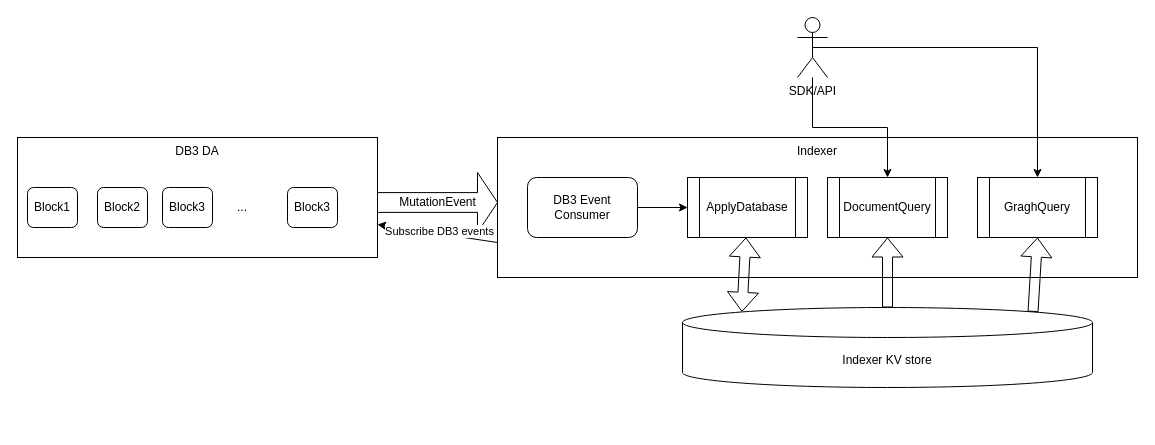
Earlier version of the draw.io diagram standalone-indexer-highlevel-design.drawio (dbpunk-labs/db3-design). Source tidied: cells renumbered, new cells numbered last; positions are measured from the earlier drawing's top-left corner, leaving out a move shared by most shapes. Both pictures are drawn from the tidied source at 100%, with x=0, y=0 at pixel (17, 17).
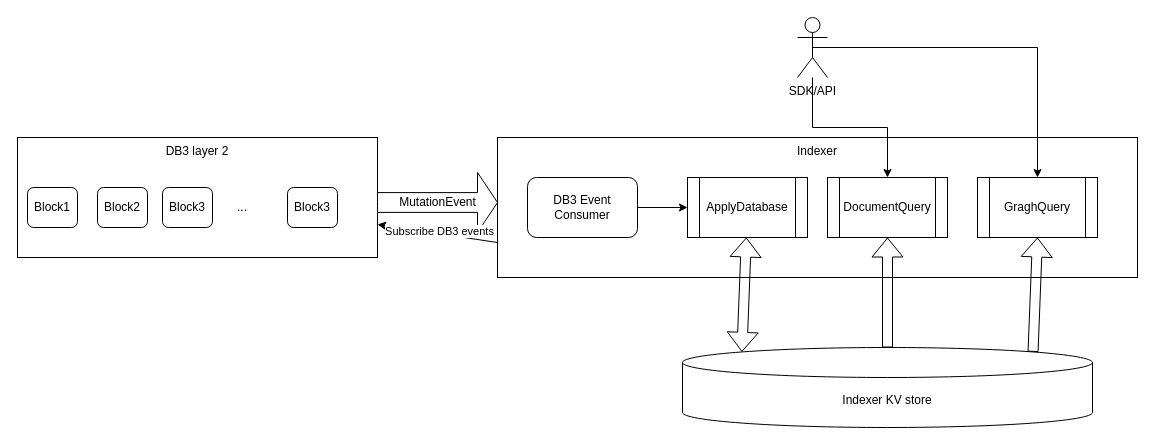
The same page after the edit.

Change to the diagram source:
```diff
@@
-    <mxCell id="2" value="DB3 DA" style="rounded=0;whiteSpace=wrap;html=1;verticalAlign=top;" parent="1" vertex="1">
+    <mxCell id="2" value="DB3 layer 2" style="rounded=0;whiteSpace=wrap;html=1;verticalAlign=top;" parent="1" vertex="1">
       <mxGeometry y="120" width="360" height="120" as="geometry" />
     </mxCell>
@@
     <mxCell id="13" value="Indexer KV store" style="shape=cylinder3;whiteSpace=wrap;html=1;boundedLbl=1;backgroundOutline=1;size=15;" parent="1" vertex="1">
-      <mxGeometry x="665" y="290" width="410" height="80" as="geometry" />
+      <mxGeometry x="665" y="330" width="410" height="80" as="geometry" />
     </mxCell>
```
